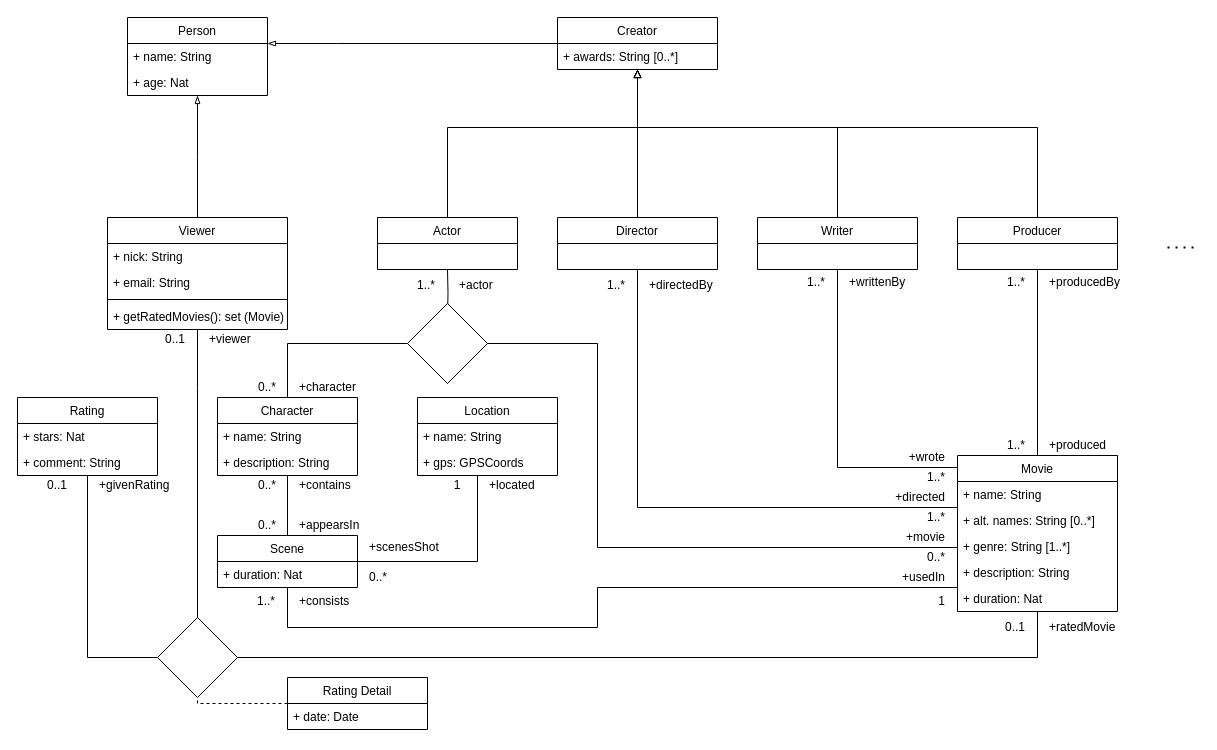
Earlier version of the draw.io diagram Untitled Diagram.drawio (apolicky/ntin043). Source tidied: cells renumbered, new cells numbered last; positions are measured from the earlier drawing's top-left corner, leaving out a move shared by most shapes. Both pictures are drawn from the tidied source at 100%, with x=0, y=0 at pixel (17, 17).
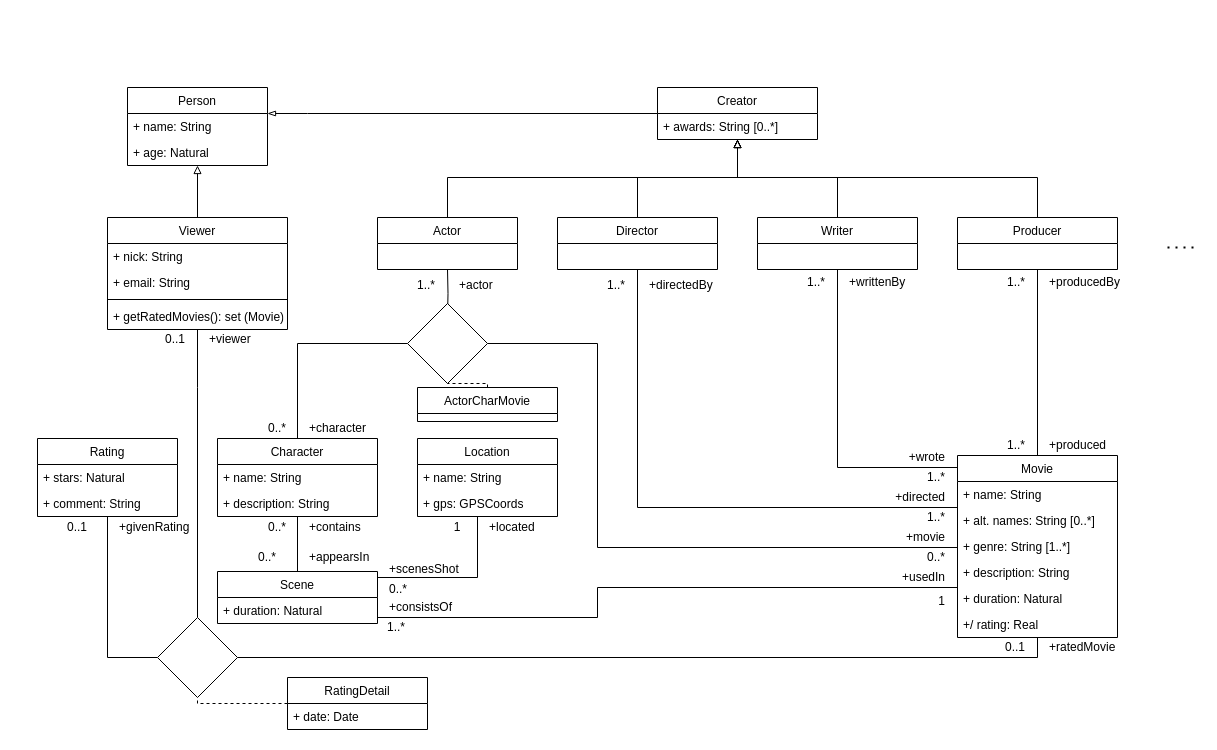
After the change.

The change refers to these unchanged cells:
```xml
<mxCell id="14" value="Director" style="swimlane;fontStyle=0;horizontal=1;startSize=26;fillColor=none;" parent="1" vertex="1">
  <mxGeometry x="540" y="200" width="160" height="52" as="geometry" />
</mxCell>
<mxCell id="16" value="Actor" style="swimlane;fontStyle=0;horizontal=1;startSize=26;fillColor=none;" parent="1" vertex="1">
  <mxGeometry x="360" y="200" width="140" height="52" as="geometry" />
</mxCell>
<mxCell id="19" value="Writer" style="swimlane;fontStyle=0;horizontal=1;startSize=26;fillColor=none;" parent="1" vertex="1">
  <mxGeometry x="740" y="200" width="160" height="52" as="geometry" />
</mxCell>
<mxCell id="21" value="Producer" style="swimlane;fontStyle=0;horizontal=1;startSize=26;fillColor=none;" parent="1" vertex="1">
  <mxGeometry x="940" y="200" width="160" height="52" as="geometry" />
</mxCell>
<mxCell id="33" value="Viewer" style="swimlane;fontStyle=0;horizontal=1;startSize=26;fillColor=none;" parent="1" vertex="1">
  <mxGeometry x="90" y="200" width="180" height="112" as="geometry" />
</mxCell>
<mxCell id="66" style="rhombus;whiteSpace=wrap;html=1;align=left;" parent="1" vertex="1">
  <mxGeometry x="140" y="600" width="80" height="80" as="geometry" />
</mxCell>
<mxCell id="92" style="rhombus;whiteSpace=wrap;html=1;align=right;" parent="1" vertex="1">
  <mxGeometry x="390" y="286" width="80" height="80" as="geometry" />
</mxCell>
```

What changed in the source:
```diff
@@
     <mxCell id="4" value="Movie" style="swimlane;fontStyle=0;horizontal=1;startSize=26;fillColor=none;" parent="1" vertex="1">
-      <mxGeometry x="940" y="438" width="160" height="156" as="geometry" />
+      <mxGeometry x="940" y="438" width="160" height="182" as="geometry" />
     </mxCell>
@@
-    <mxCell id="9" value="+ duration: Nat" style="text;strokeColor=none;fillColor=none;align=left;verticalAlign=top;spacingLeft=4;spacingRight=4;overflow=hidden;" parent="4" vertex="1">
+    <mxCell id="9" value="+ duration: Natural" style="text;strokeColor=none;fillColor=none;align=left;verticalAlign=top;spacingLeft=4;spacingRight=4;overflow=hidden;" parent="4" vertex="1">
       <mxGeometry y="130" width="160" height="26" as="geometry" />
     </mxCell>
+    <mxCell id="93" value="+/ rating: Real" style="text;strokeColor=none;fillColor=none;align=left;verticalAlign=top;spacingLeft=4;spacingRight=4;overflow=hidden;" parent="4" vertex="1">
+      <mxGeometry y="156" width="160" height="26" as="geometry" />
+    </mxCell>
     <mxCell id="10" style="edgeStyle=orthogonalEdgeStyle;rounded=0;jettySize=auto;html=1;startArrow=none;startFill=0;endArrow=blockThin;endFill=0;" parent="1" edge="1" source="11" target="29">
       <mxGeometry relative="1" as="geometry">
         <Array as="points">
-          <mxPoint x="320" y="26" />
-          <mxPoint x="320" y="26" />
+          <mxPoint x="290" y="96" />
+          <mxPoint x="290" y="96" />
         </Array>
       </mxGeometry>
     </mxCell>
     <mxCell id="11" value="Creator" style="swimlane;fontStyle=0;horizontal=1;startSize=26;fillColor=none;" parent="1" vertex="1">
-      <mxGeometry x="540" width="160" height="52" as="geometry" />
+      <mxGeometry x="640" y="70" width="160" height="52" as="geometry" />
     </mxCell>
@@
     <mxCell id="13" style="edgeStyle=orthogonalEdgeStyle;rounded=0;jettySize=auto;html=1;startArrow=none;startFill=0;endArrow=block;endFill=0;" parent="1" edge="1" source="14" target="11">
-      <mxGeometry relative="1" as="geometry" />
+      <mxGeometry relative="1" as="geometry">
+        <Array as="points">
+          <mxPoint x="620" y="160" />
+          <mxPoint x="720" y="160" />
+        </Array>
+      </mxGeometry>
     </mxCell>
@@
     <mxCell id="15" style="edgeStyle=orthogonalEdgeStyle;rounded=0;jettySize=auto;html=1;endArrow=block;endFill=0;" parent="1" edge="1" source="16" target="11">
       <mxGeometry relative="1" as="geometry">
         <Array as="points">
-          <mxPoint x="430" y="110" />
-          <mxPoint x="620" y="110" />
+          <mxPoint x="430" y="160" />
+          <mxPoint x="720" y="160" />
         </Array>
       </mxGeometry>
     </mxCell>
@@
     <mxCell id="17" style="edgeStyle=orthogonalEdgeStyle;rounded=0;jettySize=auto;html=1;endArrow=block;endFill=0;" parent="1" edge="1" source="19" target="11">
       <mxGeometry relative="1" as="geometry">
         <Array as="points">
-          <mxPoint x="820" y="110" />
-          <mxPoint x="620" y="110" />
+          <mxPoint x="820" y="160" />
+          <mxPoint x="720" y="160" />
         </Array>
       </mxGeometry>
     </mxCell>
@@
     <mxCell id="20" style="edgeStyle=orthogonalEdgeStyle;rounded=0;jettySize=auto;html=1;endArrow=block;endFill=0;" parent="1" edge="1" source="21" target="11">
       <mxGeometry relative="1" as="geometry">
         <Array as="points">
-          <mxPoint x="1020" y="110" />
-          <mxPoint x="620" y="110" />
+          <mxPoint x="1020" y="160" />
+          <mxPoint x="720" y="160" />
         </Array>
       </mxGeometry>
     </mxCell>
@@
     <mxCell id="23" style="edgeStyle=orthogonalEdgeStyle;rounded=0;jettySize=auto;html=1;entryX=0;entryY=0.5;entryDx=0;entryDy=0;endArrow=none;endFill=0;" parent="1" edge="1" source="24" target="92">
       <mxGeometry relative="1" as="geometry">
         <Array as="points">
-          <mxPoint x="270" y="326" />
+          <mxPoint x="280" y="326" />
         </Array>
       </mxGeometry>
     </mxCell>
     <mxCell id="24" value="Character" style="swimlane;fontStyle=0;horizontal=1;startSize=26;fillColor=none;" parent="1" vertex="1">
-      <mxGeometry x="200" y="380" width="140" height="78" as="geometry" />
+      <mxGeometry x="200" y="421" width="160" height="78" as="geometry" />
     </mxCell>
     <mxCell id="25" value="+ name: String" style="text;strokeColor=none;fillColor=none;align=left;verticalAlign=top;spacingLeft=4;spacingRight=4;overflow=hidden;" parent="24" vertex="1">
-      <mxGeometry y="26" width="140" height="26" as="geometry" />
+      <mxGeometry y="26" width="160" height="26" as="geometry" />
     </mxCell>
     <mxCell id="26" value="+ description: String" style="text;strokeColor=none;fillColor=none;align=left;verticalAlign=top;spacingLeft=4;spacingRight=4;overflow=hidden;" parent="24" vertex="1">
-      <mxGeometry y="52" width="140" height="26" as="geometry" />
+      <mxGeometry y="52" width="160" height="26" as="geometry" />
     </mxCell>
@@
     <mxCell id="29" value="Person" style="swimlane;fontStyle=0;horizontal=1;startSize=26;fillColor=none;" parent="1" vertex="1">
-      <mxGeometry x="110" width="140" height="78" as="geometry" />
+      <mxGeometry x="110" y="70" width="140" height="78" as="geometry" />
     </mxCell>
@@
-    <mxCell id="31" value="+ age: Nat" style="text;strokeColor=none;fillColor=none;align=left;verticalAlign=top;spacingLeft=4;spacingRight=4;overflow=hidden;" parent="29" vertex="1">
+    <mxCell id="31" value="+ age: Natural" style="text;strokeColor=none;fillColor=none;align=left;verticalAlign=top;spacingLeft=4;spacingRight=4;overflow=hidden;" parent="29" vertex="1">
       <mxGeometry y="52" width="140" height="26" as="geometry" />
     </mxCell>
-    <mxCell id="32" style="edgeStyle=orthogonalEdgeStyle;rounded=0;jettySize=auto;html=1;startArrow=none;startFill=0;endArrow=blockThin;endFill=0;" parent="1" edge="1" source="33" target="29">
-      <mxGeometry relative="1" as="geometry">
-        <Array as="points">
-          <mxPoint x="180" y="140" />
-          <mxPoint x="180" y="140" />
-        </Array>
-      </mxGeometry>
+    <mxCell id="32" style="edgeStyle=orthogonalEdgeStyle;rounded=0;jettySize=auto;html=1;endArrow=block;endFill=0;" parent="1" edge="1" source="33" target="29">
+      <mxGeometry relative="1" as="geometry" />
     </mxCell>
@@
     <mxCell id="38" value="Rating" style="swimlane;fontStyle=0;horizontal=1;startSize=26;fillColor=none;" parent="1" vertex="1">
-      <mxGeometry y="380" width="140" height="78" as="geometry" />
+      <mxGeometry x="20" y="421" width="140" height="78" as="geometry" />
     </mxCell>
-    <mxCell id="39" value="+ stars: Nat" style="text;strokeColor=none;fillColor=none;align=left;verticalAlign=top;spacingLeft=4;spacingRight=4;overflow=hidden;" parent="38" vertex="1">
+    <mxCell id="39" value="+ stars: Natural" style="text;strokeColor=none;fillColor=none;align=left;verticalAlign=top;spacingLeft=4;spacingRight=4;overflow=hidden;" parent="38" vertex="1">
       <mxGeometry y="26" width="140" height="26" as="geometry" />
     </mxCell>
@@
     <mxCell id="41" value="0..1" style="text;html=1;strokeColor=none;fillColor=none;align=center;verticalAlign=middle;whiteSpace=wrap;rounded=0;" parent="1" vertex="1">
-      <mxGeometry x="20" y="458" width="40" height="20" as="geometry" />
+      <mxGeometry x="40" y="500" width="40" height="20" as="geometry" />
     </mxCell>
     <mxCell id="42" value="0..1" style="text;html=1;strokeColor=none;fillColor=none;align=right;verticalAlign=middle;whiteSpace=wrap;rounded=0;" parent="1" vertex="1">
-      <mxGeometry x="970" y="600" width="40" height="20" as="geometry" />
+      <mxGeometry x="970" y="620" width="40" height="20" as="geometry" />
     </mxCell>
@@
     <mxCell id="44" value="&lt;div align=&quot;left&quot;&gt;+givenRating&lt;/div&gt;" style="text;html=1;strokeColor=none;fillColor=none;align=left;verticalAlign=middle;whiteSpace=wrap;rounded=0;" parent="1" vertex="1">
-      <mxGeometry x="80" y="458" width="40" height="20" as="geometry" />
+      <mxGeometry x="100" y="500" width="40" height="20" as="geometry" />
     </mxCell>
     <mxCell id="45" value="0..*" style="text;html=1;strokeColor=none;fillColor=none;align=center;verticalAlign=middle;whiteSpace=wrap;rounded=0;" parent="1" vertex="1">
-      <mxGeometry x="230" y="360" width="40" height="20" as="geometry" />
+      <mxGeometry x="240" y="401" width="40" height="20" as="geometry" />
     </mxCell>
@@
     <mxCell id="61" value="+ratedMovie" style="text;html=1;strokeColor=none;fillColor=none;align=left;verticalAlign=middle;whiteSpace=wrap;rounded=0;" parent="1" vertex="1">
-      <mxGeometry x="1030" y="600" width="40" height="20" as="geometry" />
+      <mxGeometry x="1030" y="620" width="40" height="20" as="geometry" />
     </mxCell>
@@
     <mxCell id="63" style="edgeStyle=orthogonalEdgeStyle;rounded=0;jettySize=auto;html=1;endArrow=none;endFill=0;strokeColor=#000000;" parent="1" edge="1" source="66" target="4">
-      <mxGeometry relative="1" as="geometry" />
+      <mxGeometry relative="1" as="geometry">
+        <Array as="points">
+          <mxPoint x="1020" y="640" />
+        </Array>
+      </mxGeometry>
     </mxCell>
     <mxCell id="64" style="edgeStyle=orthogonalEdgeStyle;rounded=0;jettySize=auto;html=1;endArrow=none;endFill=0;strokeColor=#000000;" parent="1" edge="1" source="66" target="38">
       <mxGeometry relative="1" as="geometry">
         <Array as="points">
-          <mxPoint x="70" y="640" />
+          <mxPoint x="90" y="640" />
         </Array>
       </mxGeometry>
     </mxCell>
@@
-    <mxCell id="68" value="Rating Detail" style="swimlane;fontStyle=0;horizontal=1;startSize=26;fillColor=none;align=center;" parent="1" vertex="1">
+    <mxCell id="68" value="RatingDetail" style="swimlane;fontStyle=0;horizontal=1;startSize=26;fillColor=none;align=center;" parent="1" vertex="1">
       <mxGeometry x="270" y="660" width="140" height="52" as="geometry" />
     </mxCell>
@@
-    <mxCell id="71" style="edgeStyle=orthogonalEdgeStyle;rounded=0;jettySize=auto;html=1;startArrow=none;startFill=0;endArrow=none;endFill=0;" parent="1" edge="1" source="72" target="4">
+    <mxCell id="71" style="edgeStyle=orthogonalEdgeStyle;rounded=0;jettySize=auto;html=1;startArrow=none;startFill=0;endArrow=none;endFill=0;exitX=0.25;exitY=0;exitDx=0;exitDy=0;" parent="1" edge="1" source="83" target="4">
       <mxGeometry relative="1" as="geometry">
         <Array as="points">
-          <mxPoint x="270" y="610" />
-          <mxPoint x="580" y="610" />
+          <mxPoint x="580" y="600" />
           <mxPoint x="580" y="570" />
         </Array>
       </mxGeometry>
     </mxCell>
     <mxCell id="72" value="Scene" style="swimlane;fontStyle=0;horizontal=1;startSize=26;fillColor=none;" parent="1" vertex="1">
-      <mxGeometry x="200" y="518" width="140" height="52" as="geometry" />
+      <mxGeometry x="200" y="554" width="160" height="52" as="geometry" />
     </mxCell>
-    <mxCell id="73" value="+ duration: Nat" style="text;strokeColor=none;fillColor=none;align=left;verticalAlign=top;spacingLeft=4;spacingRight=4;overflow=hidden;" parent="72" vertex="1">
-      <mxGeometry y="26" width="140" height="26" as="geometry" />
+    <mxCell id="73" value="+ duration: Natural" style="text;strokeColor=none;fillColor=none;align=left;verticalAlign=top;spacingLeft=4;spacingRight=4;overflow=hidden;" parent="72" vertex="1">
+      <mxGeometry y="26" width="160" height="26" as="geometry" />
     </mxCell>
     <mxCell id="74" value="0..*" style="text;html=1;strokeColor=none;fillColor=none;align=center;verticalAlign=middle;whiteSpace=wrap;rounded=0;" parent="1" vertex="1">
-      <mxGeometry x="230" y="498" width="40" height="20" as="geometry" />
+      <mxGeometry x="230" y="530" width="40" height="20" as="geometry" />
     </mxCell>
     <mxCell id="75" value="&lt;div&gt;+appearsIn&lt;br&gt;&lt;/div&gt;" style="text;html=1;strokeColor=none;fillColor=none;align=left;verticalAlign=middle;whiteSpace=wrap;rounded=0;" parent="1" vertex="1">
-      <mxGeometry x="280" y="498" width="40" height="20" as="geometry" />
+      <mxGeometry x="290" y="530" width="40" height="20" as="geometry" />
     </mxCell>
     <mxCell id="76" value="0..*" style="text;html=1;strokeColor=none;fillColor=none;align=center;verticalAlign=middle;whiteSpace=wrap;rounded=0;" parent="1" vertex="1">
-      <mxGeometry x="230" y="458" width="40" height="20" as="geometry" />
+      <mxGeometry x="240" y="500" width="40" height="20" as="geometry" />
     </mxCell>
     <mxCell id="77" value="&lt;div align=&quot;left&quot;&gt;+contains&lt;/div&gt;" style="text;html=1;strokeColor=none;fillColor=none;align=left;verticalAlign=middle;whiteSpace=wrap;rounded=0;" parent="1" vertex="1">
-      <mxGeometry x="280" y="458" width="40" height="20" as="geometry" />
+      <mxGeometry x="290" y="500" width="40" height="20" as="geometry" />
     </mxCell>
     <mxCell id="78" style="edgeStyle=orthogonalEdgeStyle;rounded=0;jettySize=auto;html=1;endArrow=none;endFill=0;" parent="1" edge="1" source="79" target="72">
       <mxGeometry relative="1" as="geometry">
         <Array as="points">
-          <mxPoint x="460" y="544" />
+          <mxPoint x="460" y="560" />
         </Array>
       </mxGeometry>
     </mxCell>
     <mxCell id="79" value="Location" style="swimlane;fontStyle=0;horizontal=1;startSize=26;fillColor=none;align=center;" parent="1" vertex="1">
-      <mxGeometry x="400" y="380" width="140" height="78" as="geometry" />
+      <mxGeometry x="400" y="421" width="140" height="78" as="geometry" />
     </mxCell>
@@
-    <mxCell id="83" value="1..*" style="text;html=1;strokeColor=none;fillColor=none;align=right;verticalAlign=middle;whiteSpace=wrap;rounded=0;" parent="1" vertex="1">
-      <mxGeometry x="220" y="574" width="40" height="20" as="geometry" />
+    <mxCell id="83" value="1..*" style="text;html=1;strokeColor=none;fillColor=none;align=right;verticalAlign=middle;whiteSpace=wrap;rounded=0;rotation=0;" parent="1" vertex="1">
+      <mxGeometry x="350" y="600" width="40" height="20" as="geometry" />
     </mxCell>
-    <mxCell id="84" value="&lt;div align=&quot;left&quot;&gt;+consists&lt;/div&gt;" style="text;html=1;strokeColor=none;fillColor=none;align=left;verticalAlign=middle;whiteSpace=wrap;rounded=0;" parent="1" vertex="1">
-      <mxGeometry x="280" y="574" width="40" height="20" as="geometry" />
+    <mxCell id="84" value="&lt;div align=&quot;left&quot;&gt;+consistsOf&lt;/div&gt;" style="text;html=1;strokeColor=none;fillColor=none;align=left;verticalAlign=middle;whiteSpace=wrap;rounded=0;" parent="1" vertex="1">
+      <mxGeometry x="370" y="580" width="100" height="20" as="geometry" />
     </mxCell>
     <mxCell id="85" value="1" style="text;html=1;strokeColor=none;fillColor=none;align=center;verticalAlign=middle;whiteSpace=wrap;rounded=0;" parent="1" vertex="1">
-      <mxGeometry x="420" y="458" width="40" height="20" as="geometry" />
+      <mxGeometry x="420" y="500" width="40" height="20" as="geometry" />
     </mxCell>
     <mxCell id="86" value="&lt;div align=&quot;left&quot;&gt;+located&lt;/div&gt;" style="text;html=1;strokeColor=none;fillColor=none;align=left;verticalAlign=middle;whiteSpace=wrap;rounded=0;" parent="1" vertex="1">
-      <mxGeometry x="470" y="458" width="40" height="20" as="geometry" />
+      <mxGeometry x="470" y="500" width="40" height="20" as="geometry" />
     </mxCell>
     <mxCell id="87" value="&lt;div align=&quot;left&quot;&gt;0..*&lt;/div&gt;" style="text;html=1;strokeColor=none;fillColor=none;align=left;verticalAlign=middle;whiteSpace=wrap;rounded=0;" parent="1" vertex="1">
-      <mxGeometry x="350" y="550" width="40" height="20" as="geometry" />
+      <mxGeometry x="370" y="562" width="40" height="20" as="geometry" />
     </mxCell>
     <mxCell id="88" value="&lt;div align=&quot;left&quot;&gt;+scenesShot&lt;/div&gt;" style="text;html=1;strokeColor=none;fillColor=none;align=left;verticalAlign=middle;whiteSpace=wrap;rounded=0;" parent="1" vertex="1">
-      <mxGeometry x="350" y="520" width="40" height="20" as="geometry" />
+      <mxGeometry x="370" y="542" width="40" height="20" as="geometry" />
     </mxCell>
@@
     <mxCell id="91" value="+character" style="text;html=1;strokeColor=none;fillColor=none;align=left;verticalAlign=middle;whiteSpace=wrap;rounded=0;" parent="1" vertex="1">
-      <mxGeometry x="280" y="360" width="40" height="20" as="geometry" />
+      <mxGeometry x="290" y="401" width="40" height="20" as="geometry" />
     </mxCell>
@@
+    <mxCell id="94" style="edgeStyle=orthogonalEdgeStyle;rounded=0;jettySize=auto;html=1;endArrow=none;endFill=0;dashed=1;entryX=0.5;entryY=1;entryDx=0;entryDy=0;" parent="1" edge="1" source="95" target="92">
+      <mxGeometry relative="1" as="geometry">
+        <Array as="points">
+          <mxPoint x="470" y="366" />
+        </Array>
+      </mxGeometry>
+    </mxCell>
+    <mxCell id="95" value="ActorCharMovie" style="swimlane;fontStyle=0;horizontal=1;startSize=26;fillColor=none;" parent="1" vertex="1">
+      <mxGeometry x="400" y="370" width="140" height="34" as="geometry" />
+    </mxCell>
```
